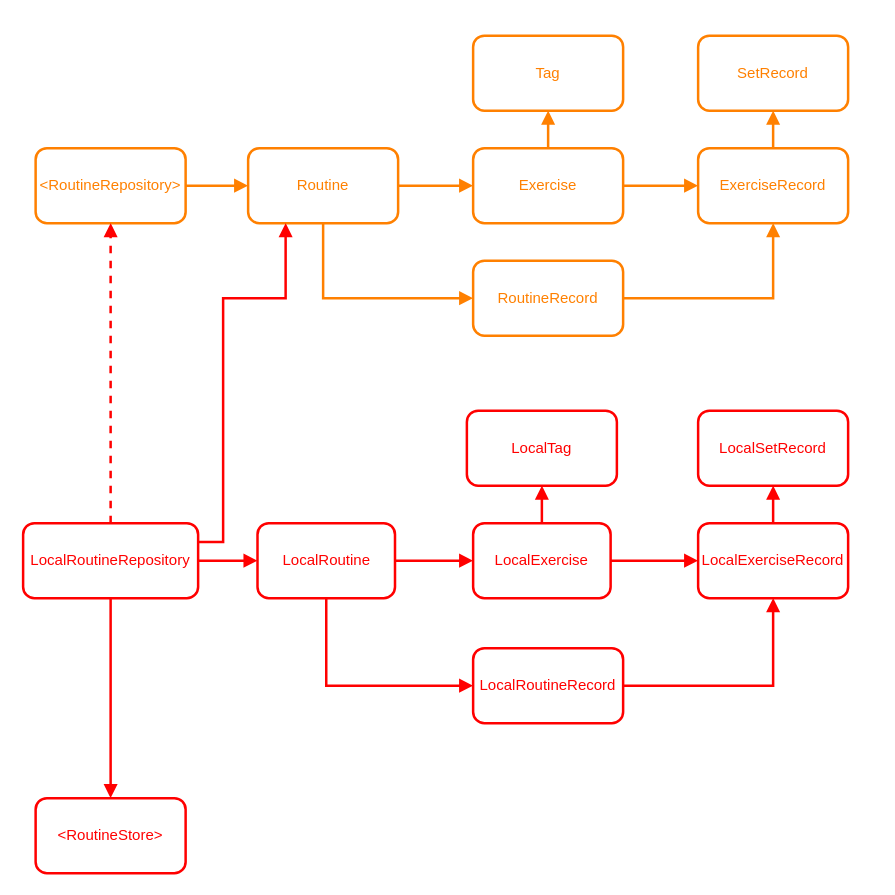
This is liftme-dependency-graph.drawio from boyceEstes/lift-me, a draw.io file, before an edit. Source tidied: cells renumbered, new cells numbered last; positions are measured from the earlier drawing's top-left corner, leaving out a move shared by most shapes. Both pictures are drawn from the tidied source at 125%, with x=0, y=0 at pixel (22, 35).
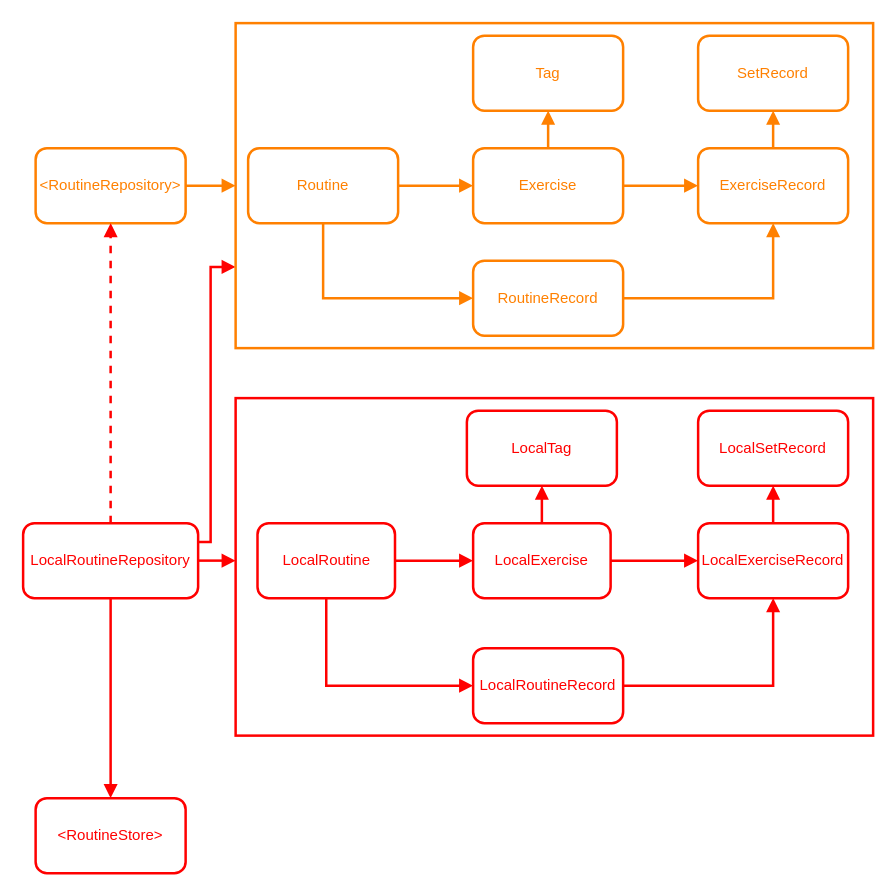
The same diagram, later.

Commit message:
Update liftme-dependency-graph.drawio to encapsulate models for organizational purposes

The change refers to these unchanged cells:
```xml
<mxCell id="11" value="Routine" style="whiteSpace=wrap;html=1;fillColor=#FFFFFF;strokeColor=#FF8000;fontColor=#FF8000;rounded=1;strokeWidth=2;" parent="1" vertex="1">
  <mxGeometry x="180" y="90" width="120" height="60" as="geometry" />
</mxCell>
<mxCell id="15" value="&amp;lt;RoutineRepository&amp;gt;" style="whiteSpace=wrap;html=1;fillColor=#FFFFFF;strokeColor=#FF8000;fontColor=#FF8000;rounded=1;strokeWidth=2;" parent="1" vertex="1">
  <mxGeometry x="10" y="90" width="120" height="60" as="geometry" />
</mxCell>
<mxCell id="20" value="LocalRoutineRepository" style="rounded=1;whiteSpace=wrap;html=1;strokeColor=#FF0000;strokeWidth=2;fillColor=#FFFFFF;fontColor=#FF0000;" parent="1" vertex="1">
  <mxGeometry y="390" width="140" height="60" as="geometry" />
</mxCell>
<mxCell id="27" value="LocalRoutine" style="rounded=1;whiteSpace=wrap;html=1;strokeColor=#FF0000;strokeWidth=2;fillColor=#FFFFFF;fontColor=#FF0000;" parent="1" vertex="1">
  <mxGeometry x="187.5" y="390" width="110" height="60" as="geometry" />
</mxCell>
```

Change to the diagram source:
```diff
@@
-    <mxCell id="14" style="edgeStyle=orthogonalEdgeStyle;rounded=0;jettySize=auto;html=1;exitX=1;exitY=0.5;exitDx=0;exitDy=0;strokeColor=#FF8000;strokeWidth=2;endArrow=block;endFill=1;" parent="1" edge="1" source="15" target="11">
+    <mxCell id="14" style="edgeStyle=orthogonalEdgeStyle;rounded=0;jettySize=auto;html=1;exitX=1;exitY=0.5;exitDx=0;exitDy=0;strokeColor=#FF8000;strokeWidth=2;endArrow=block;endFill=1;entryX=0;entryY=0.5;entryDx=0;entryDy=0;" parent="1" edge="1" source="15" target="35">
       <mxGeometry relative="1" as="geometry" />
     </mxCell>
@@
-    <mxCell id="17" style="edgeStyle=orthogonalEdgeStyle;rounded=0;jettySize=auto;html=1;exitX=1;exitY=0.5;exitDx=0;exitDy=0;strokeColor=#FF0000;strokeWidth=2;endArrow=block;endFill=1;" parent="1" edge="1" source="20" target="27">
+    <mxCell id="17" style="edgeStyle=orthogonalEdgeStyle;rounded=0;jettySize=auto;html=1;exitX=1;exitY=0.5;exitDx=0;exitDy=0;strokeColor=#FF0000;strokeWidth=2;endArrow=block;endFill=1;entryX=0;entryY=0.481;entryDx=0;entryDy=0;entryPerimeter=0;" parent="1" edge="1" source="20" target="36">
       <mxGeometry relative="1" as="geometry" />
     </mxCell>
@@
-    <mxCell id="19" style="edgeStyle=orthogonalEdgeStyle;rounded=0;jettySize=auto;html=1;exitX=1;exitY=0.25;exitDx=0;exitDy=0;entryX=0.25;entryY=1;entryDx=0;entryDy=0;strokeColor=#FF0000;strokeWidth=2;endArrow=block;endFill=1;" parent="1" edge="1" source="20" target="11">
-      <mxGeometry relative="1" as="geometry">
-        <Array as="points">
-          <mxPoint x="160" y="405" />
-          <mxPoint x="160" y="210" />
-          <mxPoint x="210" y="210" />
-        </Array>
-      </mxGeometry>
-    </mxCell>
+    <mxCell id="34" style="edgeStyle=orthogonalEdgeStyle;rounded=0;jettySize=auto;html=1;exitX=1;exitY=0.25;exitDx=0;exitDy=0;strokeWidth=2;strokeColor=#FF0000;entryX=0;entryY=0.75;entryDx=0;entryDy=0;endArrow=block;endFill=1;" parent="1" edge="1" source="20" target="35">
+      <mxGeometry relative="1" as="geometry">
+        <Array as="points">
+          <mxPoint x="150" y="405" />
+          <mxPoint x="150" y="185" />
+        </Array>
+      </mxGeometry>
+    </mxCell>
@@
+    <mxCell id="35" style="rounded=0;whiteSpace=wrap;html=1;fillColor=none;strokeWidth=2;strokeColor=#FF8000;" parent="1" vertex="1">
+      <mxGeometry x="170" y="-10" width="510" height="260" as="geometry" />
+    </mxCell>
+    <mxCell id="36" style="rounded=0;whiteSpace=wrap;html=1;strokeColor=#FF0000;strokeWidth=2;fillColor=none;" parent="1" vertex="1">
+      <mxGeometry x="170" y="290" width="510" height="270" as="geometry" />
+    </mxCell>
```
